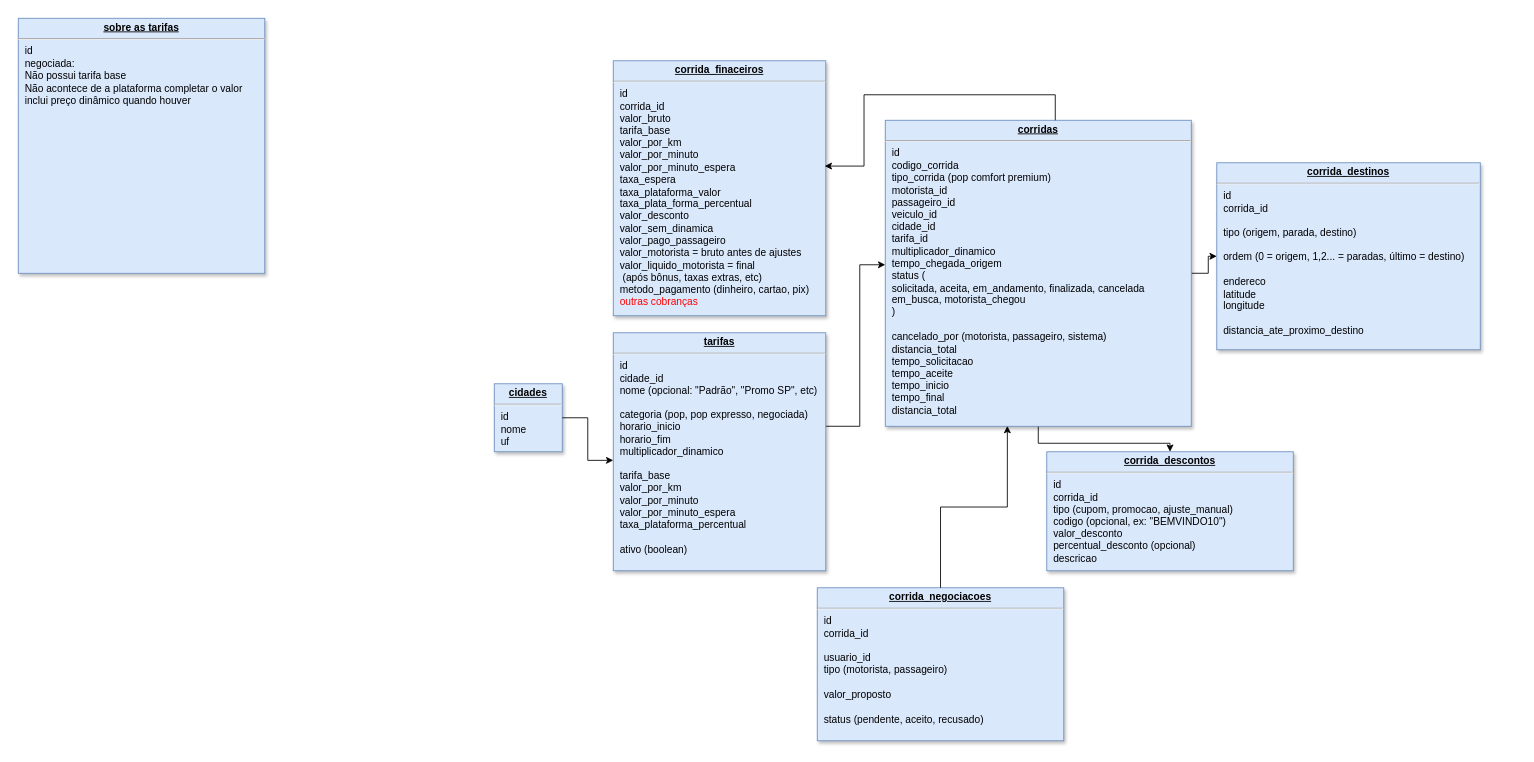
The draw.io diagram page "corridas" (2 of 2) of Diagrama sem nome.drawio in PnA-Publicidade/aplicativo-mobilidade-urbana-backend, before the edit. Source tidied: cells renumbered, new cells numbered last; positions are measured from the earlier drawing's top-left corner, leaving out a move shared by most shapes. Both pictures are drawn from the tidied source at 85%, with x=0, y=0 at pixel (18, 18).
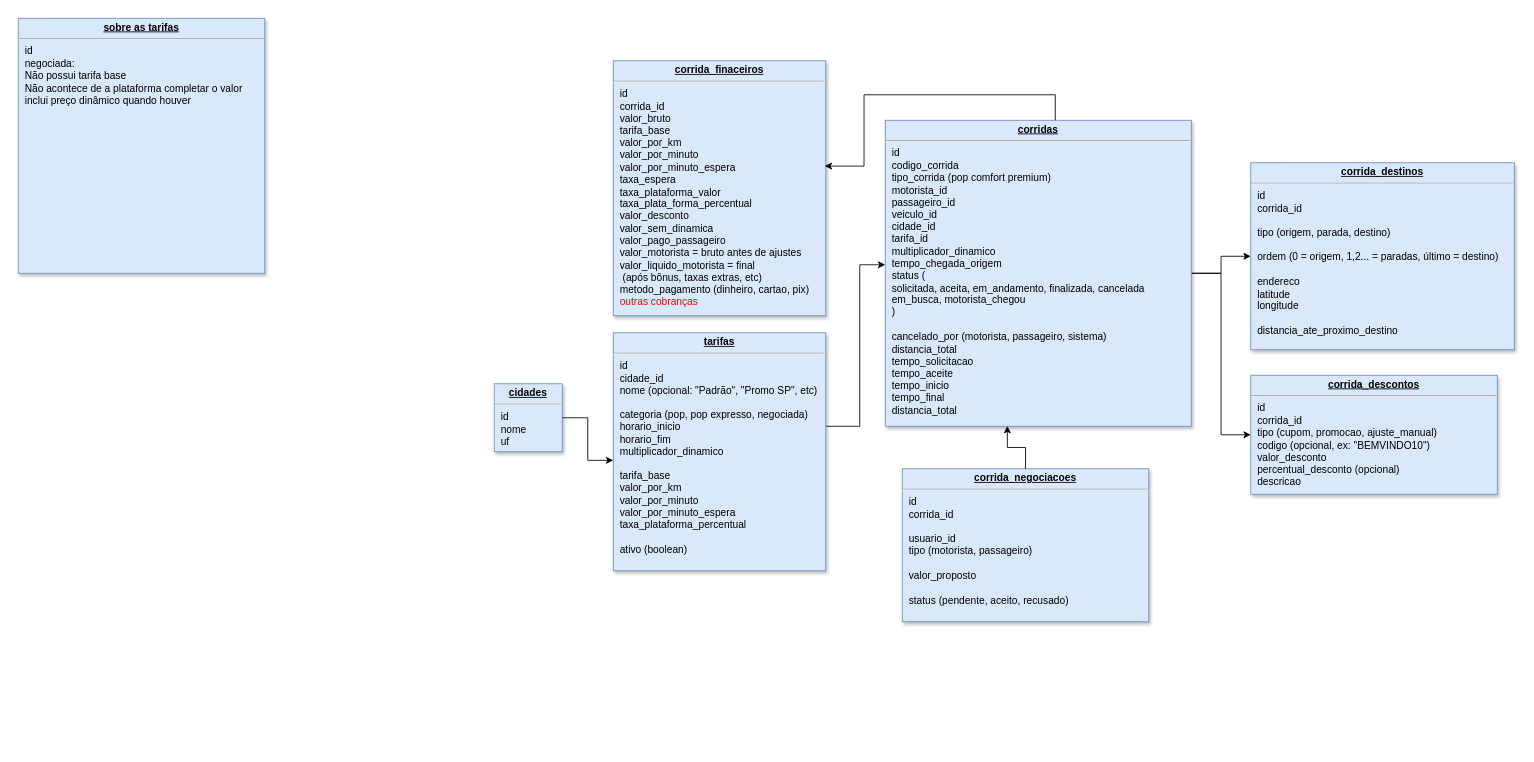
The same diagram, later.

The edit, as a diff of the source:
```diff
@@
 <mxGraphModel>
   <root>
     <mxCell id="0" />
     <mxCell id="1" parent="0" />
     <mxCell id="2" style="edgeStyle=orthogonalEdgeStyle;rounded=0;jettySize=auto;html=1;entryX=0;entryY=0.5;entryDx=0;entryDy=0;" parent="1" edge="1" source="4" target="6">
       <mxGeometry relative="1" as="geometry" />
     </mxCell>
-    <mxCell id="3" style="edgeStyle=orthogonalEdgeStyle;rounded=0;jettySize=auto;html=1;entryX=0.5;entryY=0;entryDx=0;entryDy=0;" parent="1" edge="1" source="4" target="7">
+    <mxCell id="3" style="edgeStyle=orthogonalEdgeStyle;rounded=0;jettySize=auto;html=1;entryX=0;entryY=0.5;entryDx=0;entryDy=0;" parent="1" edge="1" source="4" target="7">
       <mxGeometry relative="1" as="geometry" />
     </mxCell>
     <mxCell id="4" value="&lt;p style=&quot;margin: 0px ; margin-top: 4px ; text-align: center ; text-decoration: underline&quot;&gt;&lt;b&gt;corridas&lt;/b&gt;&lt;/p&gt;&lt;hr&gt;&lt;p style=&quot;margin: 0px ; margin-left: 8px&quot;&gt;id&lt;/p&gt;&lt;p style=&quot;margin: 0px ; margin-left: 8px&quot;&gt;codigo_corrida&lt;/p&gt;&lt;p style=&quot;margin: 0px ; margin-left: 8px&quot;&gt;tipo_corrida (pop comfort premium)&lt;/p&gt;&lt;p style=&quot;margin: 0px ; margin-left: 8px&quot;&gt;motorista_id&lt;/p&gt;&lt;p style=&quot;margin: 0px ; margin-left: 8px&quot;&gt;passageiro_id&lt;/p&gt;&lt;p style=&quot;margin: 0px ; margin-left: 8px&quot;&gt;veiculo_id&amp;nbsp;&lt;/p&gt;&lt;p style=&quot;margin: 0px ; margin-left: 8px&quot;&gt;cidade_id&lt;/p&gt;&lt;p style=&quot;margin: 0px ; margin-left: 8px&quot;&gt;tarifa_id&lt;/p&gt;&lt;p style=&quot;margin: 0px ; margin-left: 8px&quot;&gt;multiplicador_dinamico&lt;/p&gt;&lt;p style=&quot;margin: 0px ; margin-left: 8px&quot;&gt;tempo_chegada_origem&lt;/p&gt;&lt;p style=&quot;margin: 0px ; margin-left: 8px&quot;&gt;status (&lt;/p&gt;&lt;p style=&quot;margin: 0px ; margin-left: 8px&quot;&gt;solicitada, aceita, em_andamento, finalizada, cancelada&lt;/p&gt;&lt;p style=&quot;margin: 0px ; margin-left: 8px&quot;&gt;em_busca, motorista_chegou&lt;/p&gt;&lt;p style=&quot;margin: 0px ; margin-left: 8px&quot;&gt;)&lt;/p&gt;&lt;p style=&quot;margin: 0px ; margin-left: 8px&quot;&gt;&lt;br&gt;&lt;/p&gt;&lt;p style=&quot;margin: 0px ; margin-left: 8px&quot;&gt;cancelado_por (motorista, passageiro, sistema)&lt;/p&gt;&lt;p style=&quot;margin: 0px ; margin-left: 8px&quot;&gt;distancia_total&lt;/p&gt;&lt;p style=&quot;margin: 0px ; margin-left: 8px&quot;&gt;tempo_solicitacao&lt;/p&gt;&lt;p style=&quot;margin: 0px ; margin-left: 8px&quot;&gt;tempo_aceite&lt;/p&gt;&lt;p style=&quot;margin: 0px ; margin-left: 8px&quot;&gt;tempo_inicio&lt;/p&gt;&lt;p style=&quot;margin: 0px ; margin-left: 8px&quot;&gt;tempo_final&lt;/p&gt;&lt;p style=&quot;margin: 0px ; margin-left: 8px&quot;&gt;distancia_total&lt;/p&gt;&lt;p style=&quot;margin: 0px ; margin-left: 8px&quot;&gt;&lt;br&gt;&lt;/p&gt;&lt;p style=&quot;margin: 0px ; margin-left: 8px&quot;&gt;&lt;br&gt;&lt;/p&gt;" style="verticalAlign=top;align=left;overflow=fill;fontSize=12;fontFamily=Helvetica;html=1;strokeColor=#6c8ebf;shadow=1;fillColor=#dae8fc;" parent="1" vertex="1">
       <mxGeometry x="1020" y="120" width="360" height="360" as="geometry" />
     </mxCell>
     <mxCell id="5" value="&lt;p style=&quot;margin: 0px ; margin-top: 4px ; text-align: center ; text-decoration: underline&quot;&gt;&lt;b&gt;corrida_finaceiros&lt;/b&gt;&lt;/p&gt;&lt;hr&gt;&lt;p style=&quot;margin: 0px ; margin-left: 8px&quot;&gt;id&lt;/p&gt;&lt;p style=&quot;margin: 0px ; margin-left: 8px&quot;&gt;corrida_id&lt;/p&gt;&lt;p style=&quot;margin: 0px ; margin-left: 8px&quot;&gt;valor_bruto&lt;/p&gt;&lt;p style=&quot;margin: 0px ; margin-left: 8px&quot;&gt;tarifa_base&lt;/p&gt;&lt;p style=&quot;margin: 0px ; margin-left: 8px&quot;&gt;valor_por_km&lt;/p&gt;&lt;p style=&quot;margin: 0px ; margin-left: 8px&quot;&gt;valor_por_minuto&lt;/p&gt;&lt;p style=&quot;margin: 0px ; margin-left: 8px&quot;&gt;valor_por_minuto_espera&lt;/p&gt;&lt;p style=&quot;margin: 0px ; margin-left: 8px&quot;&gt;taxa_espera&lt;/p&gt;&lt;p style=&quot;margin: 0px 0px 0px 8px;&quot;&gt;taxa_plataforma_valor&lt;/p&gt;&lt;p style=&quot;margin: 0px 0px 0px 8px;&quot;&gt;taxa_plata_forma_percentual&lt;/p&gt;&lt;p style=&quot;margin: 0px ; margin-left: 8px&quot;&gt;valor_desconto&lt;/p&gt;&lt;p style=&quot;margin: 0px ; margin-left: 8px&quot;&gt;valor_sem_dinamica&lt;/p&gt;&lt;p style=&quot;margin: 0px ; margin-left: 8px&quot;&gt;valor_pago_passageiro&lt;/p&gt;&lt;p style=&quot;margin: 0px ; margin-left: 8px&quot;&gt;valor_motorista = bruto antes de ajustes&lt;/p&gt;&lt;p style=&quot;margin: 0px ; margin-left: 8px&quot;&gt;valor_liquido_motorista = final&lt;/p&gt;&lt;p style=&quot;margin: 0px ; margin-left: 8px&quot;&gt;&amp;nbsp;(após bônus, taxas extras, etc)&lt;/p&gt;&lt;p style=&quot;margin: 0px ; margin-left: 8px&quot;&gt;metodo_pagamento (dinheiro, cartao, pix)&lt;/p&gt;&lt;p style=&quot;margin: 0px ; margin-left: 8px&quot;&gt;&lt;font style=&quot;color: rgb(255, 0, 0);&quot;&gt;outras cobranças&lt;/font&gt;&lt;/p&gt;&lt;div&gt;&lt;br&gt;&lt;/div&gt;" style="verticalAlign=top;align=left;overflow=fill;fontSize=12;fontFamily=Helvetica;html=1;strokeColor=#6c8ebf;shadow=1;fillColor=#dae8fc;" parent="1" vertex="1">
       <mxGeometry x="700" y="50" width="250" height="300" as="geometry" />
     </mxCell>
     <mxCell id="6" value="&lt;p style=&quot;margin: 0px ; margin-top: 4px ; text-align: center ; text-decoration: underline&quot;&gt;&lt;b&gt;corrida_destinos&lt;/b&gt;&lt;/p&gt;&lt;hr&gt;&lt;p style=&quot;margin: 0px ; margin-left: 8px&quot;&gt;id&lt;/p&gt;&lt;p style=&quot;margin: 0px ; margin-left: 8px&quot;&gt;corrida_id&lt;/p&gt;&lt;p style=&quot;margin: 0px ; margin-left: 8px&quot;&gt;&lt;br&gt;&lt;/p&gt;&lt;p style=&quot;margin: 0px ; margin-left: 8px&quot;&gt;tipo (origem, parada, destino)&lt;/p&gt;&lt;p style=&quot;margin: 0px ; margin-left: 8px&quot;&gt;&lt;br&gt;&lt;/p&gt;&lt;p style=&quot;margin: 0px ; margin-left: 8px&quot;&gt;ordem (0 = origem, 1,2... = paradas, último = destino)&lt;/p&gt;&lt;p style=&quot;margin: 0px ; margin-left: 8px&quot;&gt;&lt;br&gt;&lt;/p&gt;&lt;p style=&quot;margin: 0px ; margin-left: 8px&quot;&gt;endereco&lt;/p&gt;&lt;p style=&quot;margin: 0px ; margin-left: 8px&quot;&gt;latitude&lt;/p&gt;&lt;p style=&quot;margin: 0px ; margin-left: 8px&quot;&gt;longitude&lt;/p&gt;&lt;p style=&quot;margin: 0px ; margin-left: 8px&quot;&gt;&lt;br&gt;&lt;/p&gt;&lt;p style=&quot;margin: 0px ; margin-left: 8px&quot;&gt;distancia_ate_proximo_destino&lt;/p&gt;" style="verticalAlign=top;align=left;overflow=fill;fontSize=12;fontFamily=Helvetica;html=1;strokeColor=#6c8ebf;shadow=1;fillColor=#dae8fc;" parent="1" vertex="1">
-      <mxGeometry x="1410" y="170" width="310" height="220" as="geometry" />
+      <mxGeometry x="1450" y="170" width="310" height="220" as="geometry" />
     </mxCell>
     <mxCell id="7" value="&lt;p style=&quot;margin: 0px ; margin-top: 4px ; text-align: center ; text-decoration: underline&quot;&gt;&lt;b&gt;corrida_descontos&lt;/b&gt;&lt;/p&gt;&lt;hr&gt;&lt;p style=&quot;margin: 0px ; margin-left: 8px&quot;&gt;id&lt;/p&gt;&lt;p style=&quot;margin: 0px ; margin-left: 8px&quot;&gt;corrida_id&lt;/p&gt;&lt;p style=&quot;margin: 0px ; margin-left: 8px&quot;&gt;tipo (cupom, promocao, ajuste_manual)&lt;/p&gt;&lt;p style=&quot;margin: 0px ; margin-left: 8px&quot;&gt;codigo (opcional, ex: &quot;BEMVINDO10&quot;)&lt;/p&gt;&lt;p style=&quot;margin: 0px ; margin-left: 8px&quot;&gt;valor_desconto&lt;/p&gt;&lt;p style=&quot;margin: 0px ; margin-left: 8px&quot;&gt;percentual_desconto (opcional)&lt;/p&gt;&lt;p style=&quot;margin: 0px ; margin-left: 8px&quot;&gt;descricao&lt;/p&gt;&lt;div&gt;&lt;br&gt;&lt;/div&gt;&lt;div&gt;&lt;br&gt;&lt;/div&gt;" style="verticalAlign=top;align=left;overflow=fill;fontSize=12;fontFamily=Helvetica;html=1;strokeColor=#6c8ebf;shadow=1;fillColor=#dae8fc;" parent="1" vertex="1">
-      <mxGeometry x="1210" y="510" width="290" height="140" as="geometry" />
+      <mxGeometry x="1450" y="420" width="290" height="140" as="geometry" />
     </mxCell>
     <mxCell id="8" style="edgeStyle=orthogonalEdgeStyle;rounded=0;jettySize=auto;html=1;entryX=0.995;entryY=0.413;entryDx=0;entryDy=0;entryPerimeter=0;" parent="1" edge="1" source="4" target="5">
       <mxGeometry relative="1" as="geometry">
         <Array as="points">
           <mxPoint x="1220" y="90" />
           <mxPoint x="995" y="90" />
           <mxPoint x="995" y="174" />
         </Array>
       </mxGeometry>
     </mxCell>
     <mxCell id="9" style="edgeStyle=orthogonalEdgeStyle;rounded=0;jettySize=auto;html=1;" parent="1" edge="1" source="10" target="4">
       <mxGeometry relative="1" as="geometry">
         <Array as="points">
           <mxPoint x="990" y="480" />
           <mxPoint x="990" y="290" />
         </Array>
       </mxGeometry>
     </mxCell>
     <mxCell id="10" value="&lt;p style=&quot;margin: 0px ; margin-top: 4px ; text-align: center ; text-decoration: underline&quot;&gt;&lt;b&gt;tarifas&lt;/b&gt;&lt;/p&gt;&lt;hr&gt;&lt;p style=&quot;margin: 0px ; margin-left: 8px&quot;&gt;id&lt;/p&gt;&lt;p style=&quot;margin: 0px ; margin-left: 8px&quot;&gt;cidade_id&lt;/p&gt;&lt;p style=&quot;margin: 0px ; margin-left: 8px&quot;&gt;nome (opcional: &quot;Padrão&quot;, &quot;Promo SP&quot;, etc)&lt;/p&gt;&lt;p style=&quot;margin: 0px ; margin-left: 8px&quot;&gt;&lt;br&gt;&lt;/p&gt;&lt;p style=&quot;margin: 0px ; margin-left: 8px&quot;&gt;categoria (pop, pop expresso, negociada)&lt;/p&gt;&lt;p style=&quot;margin: 0px ; margin-left: 8px&quot;&gt;horario_inicio&lt;/p&gt;&lt;p style=&quot;margin: 0px ; margin-left: 8px&quot;&gt;horario_fim&lt;/p&gt;&lt;p style=&quot;margin: 0px ; margin-left: 8px&quot;&gt;multiplicador_dinamico&lt;/p&gt;&lt;p style=&quot;margin: 0px ; margin-left: 8px&quot;&gt;&lt;br&gt;&lt;/p&gt;&lt;p style=&quot;margin: 0px ; margin-left: 8px&quot;&gt;tarifa_base&lt;/p&gt;&lt;p style=&quot;margin: 0px ; margin-left: 8px&quot;&gt;valor_por_km&lt;/p&gt;&lt;p style=&quot;margin: 0px ; margin-left: 8px&quot;&gt;valor_por_minuto&lt;/p&gt;&lt;p style=&quot;margin: 0px ; margin-left: 8px&quot;&gt;valor_por_minuto_espera&lt;/p&gt;&lt;p style=&quot;margin: 0px ; margin-left: 8px&quot;&gt;taxa_plataforma_percentual&lt;/p&gt;&lt;p style=&quot;margin: 0px ; margin-left: 8px&quot;&gt;&lt;br&gt;&lt;/p&gt;&lt;p style=&quot;margin: 0px ; margin-left: 8px&quot;&gt;ativo (boolean)&lt;/p&gt;&lt;div&gt;&lt;br&gt;&lt;/div&gt;" style="verticalAlign=top;align=left;overflow=fill;fontSize=12;fontFamily=Helvetica;html=1;strokeColor=#6c8ebf;shadow=1;fillColor=#dae8fc;" parent="1" vertex="1">
       <mxGeometry x="700" y="370" width="250" height="280" as="geometry" />
     </mxCell>
     <mxCell id="11" value="&lt;p style=&quot;margin: 0px ; margin-top: 4px ; text-align: center ; text-decoration: underline&quot;&gt;&lt;b&gt;cidades&lt;/b&gt;&lt;/p&gt;&lt;hr&gt;&lt;p style=&quot;margin: 0px ; margin-left: 8px&quot;&gt;id&lt;/p&gt;&lt;p style=&quot;margin: 0px ; margin-left: 8px&quot;&gt;&lt;span style=&quot;background-color: transparent; color: light-dark(rgb(0, 0, 0), rgb(255, 255, 255));&quot;&gt;nome&lt;/span&gt;&lt;/p&gt;&lt;p style=&quot;margin: 0px ; margin-left: 8px&quot;&gt;uf&lt;/p&gt;&lt;div&gt;&lt;br&gt;&lt;/div&gt;" style="verticalAlign=top;align=left;overflow=fill;fontSize=12;fontFamily=Helvetica;html=1;strokeColor=#6c8ebf;shadow=1;fillColor=#dae8fc;" parent="1" vertex="1">
       <mxGeometry x="560" y="430" width="80" height="80" as="geometry" />
     </mxCell>
     <mxCell id="12" style="edgeStyle=orthogonalEdgeStyle;rounded=0;jettySize=auto;html=1;entryX=0;entryY=0.536;entryDx=0;entryDy=0;entryPerimeter=0;" parent="1" edge="1" source="11" target="10">
       <mxGeometry relative="1" as="geometry" />
     </mxCell>
     <mxCell id="13" value="&lt;p style=&quot;margin: 0px ; margin-top: 4px ; text-align: center ; text-decoration: underline&quot;&gt;&lt;b&gt;sobre as tarifas&lt;/b&gt;&lt;/p&gt;&lt;hr&gt;&lt;p style=&quot;margin: 0px ; margin-left: 8px&quot;&gt;id&lt;/p&gt;&lt;p style=&quot;margin: 0px ; margin-left: 8px&quot;&gt;negociada:&lt;br&gt;Não possui tarifa base&lt;br&gt;Não acontece de a plataforma completar o valor&lt;/p&gt;&lt;p style=&quot;margin: 0px ; margin-left: 8px&quot;&gt;inclui preço dinâmico quando houver&lt;/p&gt;" style="verticalAlign=top;align=left;overflow=fill;fontSize=12;fontFamily=Helvetica;html=1;strokeColor=#6c8ebf;shadow=1;fillColor=#dae8fc;" parent="1" vertex="1">
       <mxGeometry width="290" height="300" as="geometry" />
     </mxCell>
     <mxCell id="14" value="&lt;p style=&quot;margin: 0px ; margin-top: 4px ; text-align: center ; text-decoration: underline&quot;&gt;&lt;b&gt;corrida_negociacoes&lt;/b&gt;&lt;/p&gt;&lt;hr&gt;&lt;p style=&quot;margin: 0px ; margin-left: 8px&quot;&gt;id&lt;/p&gt;&lt;p style=&quot;margin: 0px ; margin-left: 8px&quot;&gt;corrida_id&lt;/p&gt;&lt;p style=&quot;margin: 0px ; margin-left: 8px&quot;&gt;&lt;br&gt;&lt;/p&gt;&lt;p style=&quot;margin: 0px ; margin-left: 8px&quot;&gt;usuario_id&lt;/p&gt;&lt;p style=&quot;margin: 0px ; margin-left: 8px&quot;&gt;tipo (motorista, passageiro)&lt;/p&gt;&lt;p style=&quot;margin: 0px ; margin-left: 8px&quot;&gt;&lt;br&gt;&lt;/p&gt;&lt;p style=&quot;margin: 0px ; margin-left: 8px&quot;&gt;valor_proposto&lt;/p&gt;&lt;p style=&quot;margin: 0px ; margin-left: 8px&quot;&gt;&lt;br&gt;&lt;/p&gt;&lt;p style=&quot;margin: 0px ; margin-left: 8px&quot;&gt;status (pendente, aceito, recusado)&lt;/p&gt;&lt;div&gt;&lt;br&gt;&lt;/div&gt;&lt;div&gt;&lt;br&gt;&lt;/div&gt;" style="verticalAlign=top;align=left;overflow=fill;fontSize=12;fontFamily=Helvetica;html=1;strokeColor=#6c8ebf;shadow=1;fillColor=#dae8fc;" parent="1" vertex="1">
-      <mxGeometry x="940" y="670" width="290" height="180" as="geometry" />
+      <mxGeometry x="1040" y="530" width="290" height="180" as="geometry" />
     </mxCell>
     <mxCell id="15" style="edgeStyle=orthogonalEdgeStyle;rounded=0;jettySize=auto;html=1;entryX=0.399;entryY=0.999;entryDx=0;entryDy=0;entryPerimeter=0;" parent="1" edge="1" source="14" target="4">
       <mxGeometry relative="1" as="geometry" />
     </mxCell>
   </root>
 </mxGraphModel>
```
